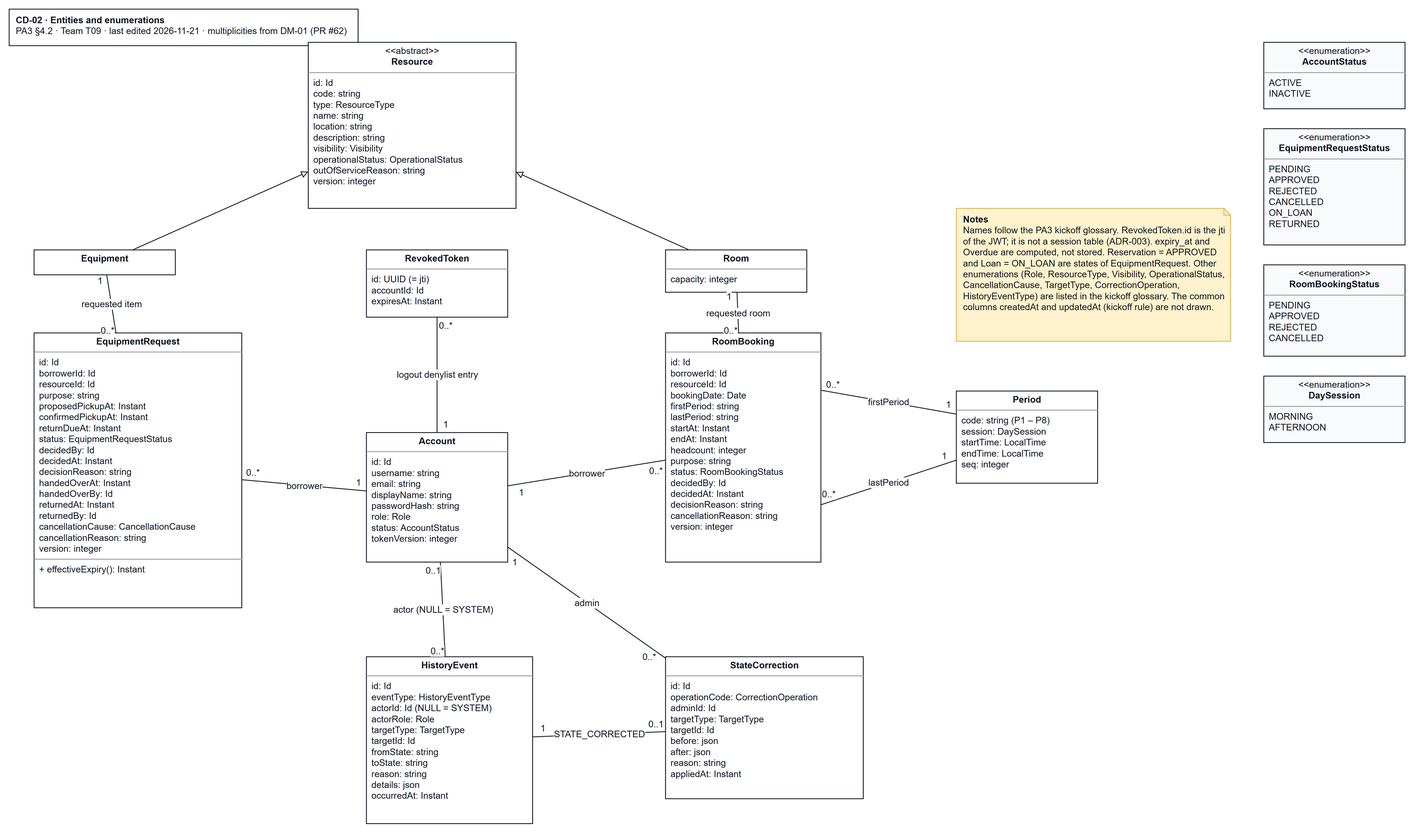
JuliaTrang/T09-CampusBorrow keeps this draw.io diagram as docs/design/diagrams/CD-02_entities.drawio.png. Above is the earlier version. Source tidied: cells renumbered, new cells last; positions are measured from the earlier drawing's top-left corner, leaving out a move shared by most shapes.
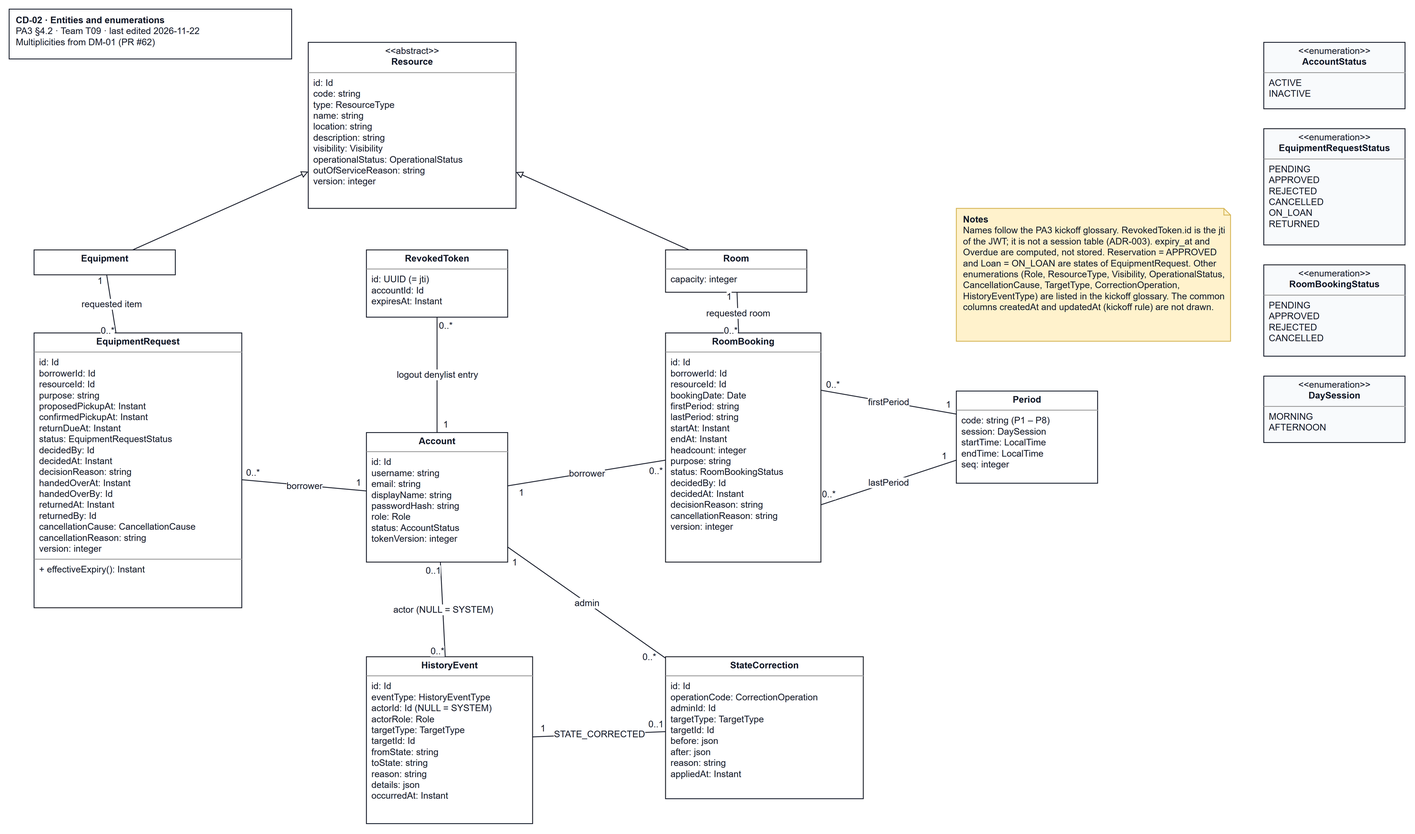
After the change.

Diff of the diagram source:
```diff
@@ -2,8 +2,8 @@
   <root>
     <mxCell id="0" />
     <mxCell id="1" parent="0" />
-    <mxCell id="2" value="&lt;b&gt;CD-02 · Entities and enumerations&lt;/b&gt;&lt;br&gt;PA3 §4.2 · Team T09 · last edited 2026-11-21 · multiplicities from DM-01 (PR #62)" style="rounded=0;whiteSpace=wrap;html=1;align=left;verticalAlign=top;spacingLeft=6;strokeColor=#111827;fillColor=#ffffff;fontFamily=Arial;fontSize=11;fontColor=#111827;" parent="1" vertex="1">
-      <mxGeometry width="420" height="44" as="geometry" />
+    <mxCell id="2" value="&lt;b&gt;CD-02 · Entities and enumerations&lt;/b&gt;&lt;br&gt;PA3 §4.2 · Team T09 · last edited 2026-11-22&lt;br&gt;Multiplicities from DM-01 (PR #62)" style="rounded=0;whiteSpace=wrap;html=1;align=left;verticalAlign=top;spacingLeft=6;strokeColor=#111827;fillColor=#ffffff;fontFamily=Arial;fontSize=11;fontColor=#111827;" parent="1" vertex="1">
+      <mxGeometry width="340" height="60" as="geometry" />
     </mxCell>
     <mxCell id="3" value="&lt;p style=&quot;margin:0px;margin-top:4px;text-align:center;&quot;&gt;&amp;lt;&amp;lt;abstract&amp;gt;&amp;gt;&lt;br&gt;&lt;b&gt;Resource&lt;/b&gt;&lt;/p&gt;&lt;hr size=&quot;1&quot;/&gt;&lt;p style=&quot;margin:0px;margin-left:6px;&quot;&gt;id: Id&lt;br&gt;code: string&lt;br&gt;type: ResourceType&lt;br&gt;name: string&lt;br&gt;location: string&lt;br&gt;description: string&lt;br&gt;visibility: Visibility&lt;br&gt;operationalStatus: OperationalStatus&lt;br&gt;outOfServiceReason: string&lt;br&gt;version: integer&lt;/p&gt;" style="verticalAlign=top;align=left;overflow=fill;html=1;whiteSpace=wrap;rounded=0;strokeColor=#111827;fillColor=#ffffff;fontFamily=Arial;fontSize=11;fontColor=#111827;" parent="1" vertex="1">
       <mxGeometry x="360" y="40" width="250" height="200" as="geometry" />
```
